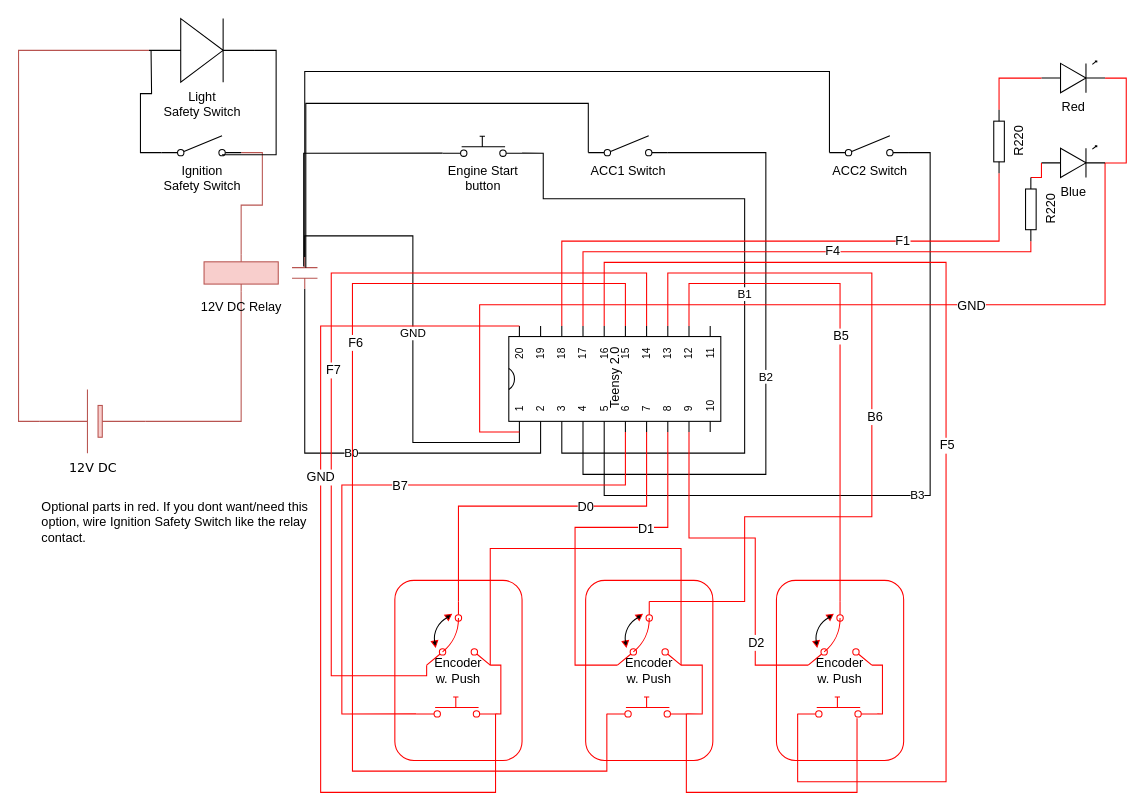
Earlier version of the draw.io diagram starterbox/WiringDiagram.drawio (simracingtools/hardware). Source tidied: cells renumbered, new cells numbered last; positions are measured from the earlier drawing's top-left corner, leaving out a move shared by most shapes. Both pictures are drawn from the tidied source at 106%, with x=0, y=0 at pixel (39, 18).
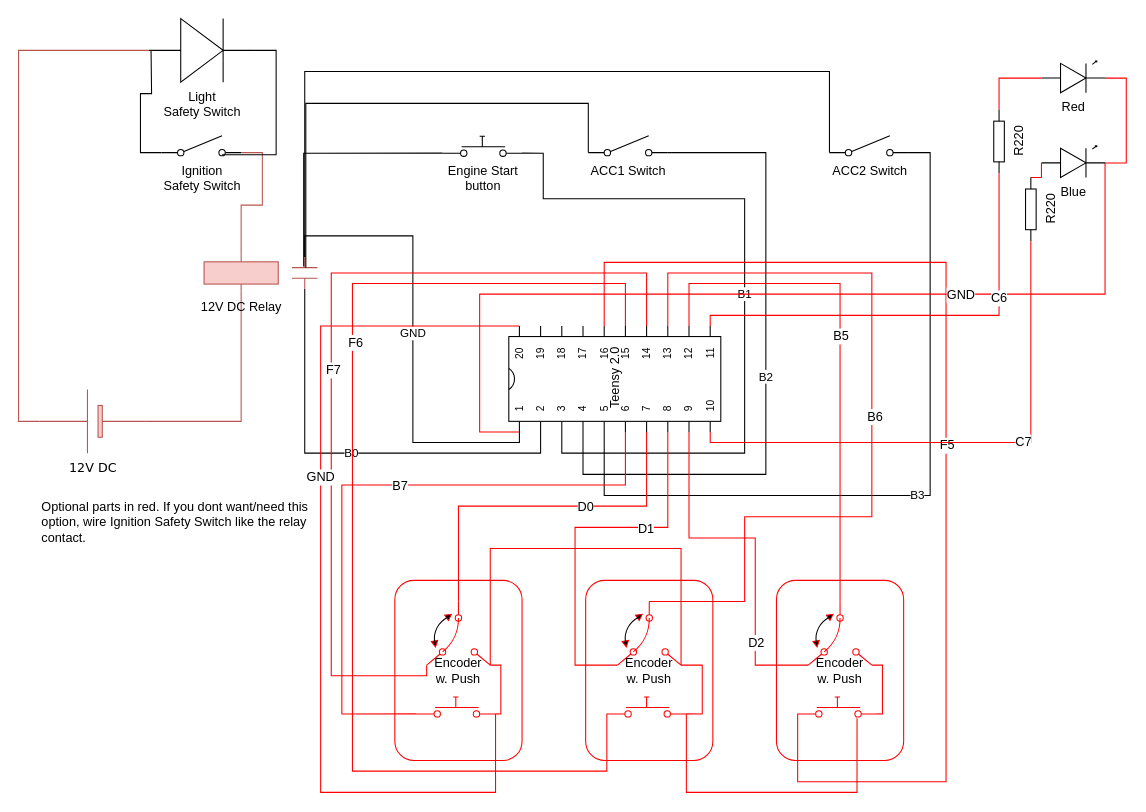
The same diagram, later.

Commit message (it also covers changes not shown here):
Wiring diagram update, use PWM pins for LED

Unchanged cells that the change refers to:
```xml
<mxCell id="16" value="Teensy 2.0" style="shadow=0;dashed=0;align=center;fillColor=#ffffff;html=1;strokeWidth=1;shape=mxgraph.electrical.logic_gates.dual_inline_ic;rotation=-90;" parent="1" vertex="1">
  <mxGeometry x="492.5" y="240" width="100" height="200" as="geometry" />
</mxCell>
<mxCell id="67" value="Blue" style="verticalLabelPosition=bottom;shadow=0;dashed=0;align=center;fillColor=#ffffff;html=1;verticalAlign=top;strokeWidth=1;shape=mxgraph.electrical.opto_electronics.led_1;" parent="1" vertex="1">
  <mxGeometry x="945" y="120" width="60" height="30" as="geometry" />
</mxCell>
<mxCell id="69" value="R220" style="verticalLabelPosition=bottom;shadow=0;dashed=0;align=center;fillColor=#ffffff;html=1;verticalAlign=top;strokeWidth=1;shape=mxgraph.electrical.resistors.resistor_1;rotation=-90;" parent="1" vertex="1">
  <mxGeometry x="875" y="111" width="60" height="10" as="geometry" />
</mxCell>
<mxCell id="71" value="R220" style="verticalLabelPosition=bottom;shadow=0;dashed=0;align=center;fillColor=#ffffff;html=1;verticalAlign=top;strokeWidth=1;shape=mxgraph.electrical.resistors.resistor_1;rotation=-90;" parent="1" vertex="1">
  <mxGeometry x="905" y="175" width="60" height="10" as="geometry" />
</mxCell>
```

Diff of the diagram source:
```diff
@@
     <mxCell id="59" style="edgeStyle=orthogonalEdgeStyle;rounded=0;jettySize=auto;html=1;exitX=1;exitY=0.54;exitDx=0;exitDy=0;exitPerimeter=0;entryX=0;entryY=0;entryDx=0;entryDy=10;entryPerimeter=0;endArrow=none;endFill=0;strokeColor=#FF0000;" parent="1" edge="1" source="67" target="16">
       <mxGeometry relative="1" as="geometry">
         <Array as="points">
-          <mxPoint x="1005" y="270" />
-          <mxPoint x="415" y="270" />
+          <mxPoint x="1005" y="260" />
+          <mxPoint x="415" y="260" />
           <mxPoint x="415" y="390" />
         </Array>
       </mxGeometry>
     </mxCell>
@@
-    <mxCell id="61" style="edgeStyle=orthogonalEdgeStyle;rounded=0;jettySize=auto;html=1;exitX=0;exitY=0.5;exitDx=0;exitDy=0;exitPerimeter=0;entryX=1;entryY=0;entryDx=0;entryDy=50;entryPerimeter=0;endArrow=none;endFill=0;strokeColor=#FF0000;" parent="1" edge="1" source="69" target="16">
+    <mxCell id="61" style="edgeStyle=orthogonalEdgeStyle;rounded=0;jettySize=auto;html=1;exitX=0;exitY=0.5;exitDx=0;exitDy=0;exitPerimeter=0;entryX=1;entryY=0;entryDx=0;entryDy=190;entryPerimeter=0;endArrow=none;endFill=0;strokeColor=#FF0000;" parent="1" edge="1" source="69" target="16">
       <mxGeometry relative="1" as="geometry">
         <Array as="points">
-          <mxPoint x="905" y="210" />
-          <mxPoint x="493" y="210" />
+          <mxPoint x="905" y="280" />
+          <mxPoint x="633" y="280" />
         </Array>
       </mxGeometry>
     </mxCell>
-    <mxCell id="62" value="F1" style="text;html=1;align=center;verticalAlign=middle;labelBackgroundColor=#ffffff;" parent="61" vertex="1">
+    <mxCell id="62" value="C6&lt;br&gt;" style="text;html=1;align=center;verticalAlign=middle;labelBackgroundColor=#ffffff;" parent="61" vertex="1">
       <mxGeometry x="-0.44" y="-1" relative="1" as="geometry" />
     </mxCell>
@@
-    <mxCell id="64" style="edgeStyle=orthogonalEdgeStyle;rounded=0;jettySize=auto;html=1;exitX=0;exitY=0.5;exitDx=0;exitDy=0;exitPerimeter=0;entryX=1;entryY=0;entryDx=0;entryDy=70;entryPerimeter=0;endArrow=none;endFill=0;strokeColor=#FF0000;" parent="1" edge="1" source="71" target="16">
+    <mxCell id="64" style="edgeStyle=orthogonalEdgeStyle;rounded=0;jettySize=auto;html=1;exitX=0;exitY=0.5;exitDx=0;exitDy=0;exitPerimeter=0;entryX=0;entryY=0;entryDx=0;entryDy=190;entryPerimeter=0;endArrow=none;endFill=0;strokeColor=#FF0000;" parent="1" edge="1" source="71" target="16">
       <mxGeometry relative="1" as="geometry">
         <Array as="points">
-          <mxPoint x="935" y="220" />
-          <mxPoint x="513" y="220" />
+          <mxPoint x="935" y="400" />
+          <mxPoint x="633" y="400" />
         </Array>
       </mxGeometry>
     </mxCell>
-    <mxCell id="65" value="F4" style="text;html=1;align=center;verticalAlign=middle;labelBackgroundColor=#ffffff;" parent="64" vertex="1">
+    <mxCell id="65" value="C7" style="text;html=1;align=center;verticalAlign=middle;labelBackgroundColor=#ffffff;" parent="64" vertex="1">
       <mxGeometry x="-0.21" y="-1" relative="1" as="geometry" />
     </mxCell>
```
